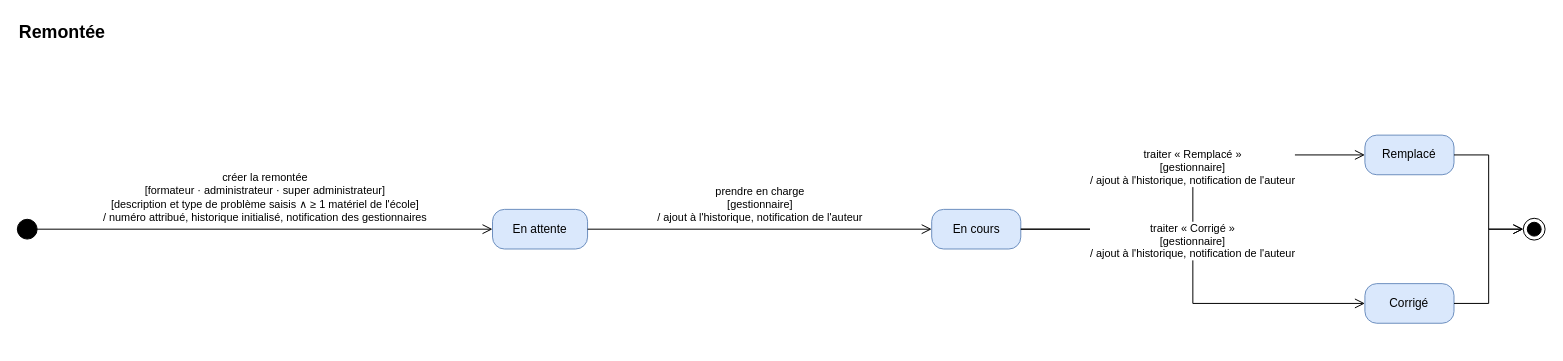
Before: page "Remontée" (1 of 4) of docs/02-ANALYSE/03-ANALYSE/01-DIAGRAMMES-ETATS.drawio in bpierrelouis/aster, a draw.io diagram. Source tidied: cells renumbered, new cells numbered last; positions are measured from the earlier drawing's top-left corner, leaving out a move shared by most shapes. Both pictures are drawn from the tidied source at 99%, with x=0, y=0 at pixel (17, 17).
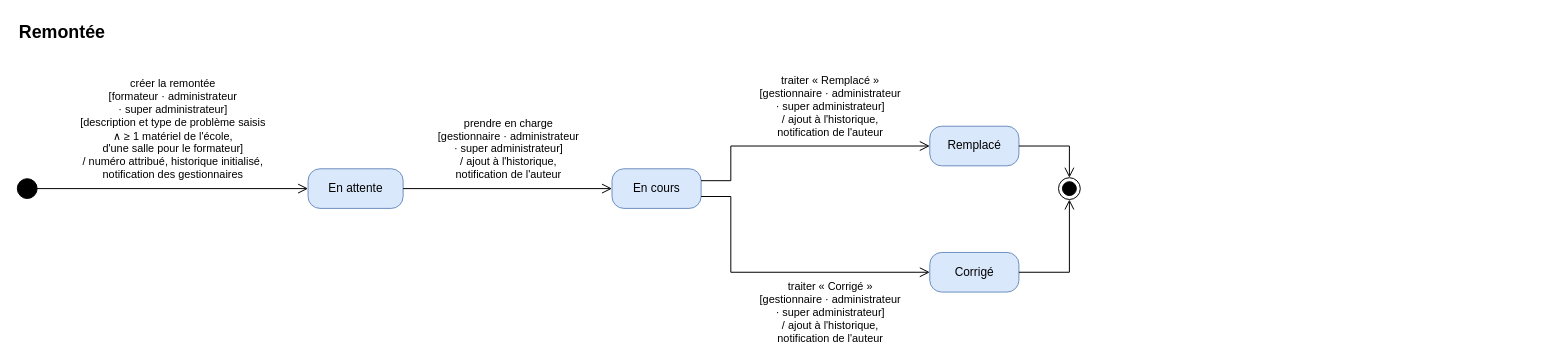
The same diagram, later.

The edit, as a diff of the source:
```diff
@@
     <mxCell id="2" value="Remontée" style="text;html=1;align=left;verticalAlign=middle;strokeColor=none;fillColor=none;fontSize=18;fontStyle=1;" parent="1" vertex="1">
-      <mxGeometry width="500" height="30" as="geometry" />
+      <mxGeometry width="600" height="30" as="geometry" />
     </mxCell>
     <mxCell id="3" style="ellipse;html=1;fillColor=#000000;strokeColor=#000000;fontSize=11;" parent="1" vertex="1">
-      <mxGeometry y="204" width="20" height="20" as="geometry" />
+      <mxGeometry y="163" width="20" height="20" as="geometry" />
     </mxCell>
     <mxCell id="4" value="En attente" style="rounded=1;arcSize=30;whiteSpace=wrap;html=1;fontSize=12;fillColor=#dae8fc;strokeColor=#6c8ebf;" parent="1" vertex="1">
-      <mxGeometry x="480" y="194" width="96" height="40" as="geometry" />
+      <mxGeometry x="293.7" y="153" width="96" height="40" as="geometry" />
     </mxCell>
     <mxCell id="5" value="En cours" style="rounded=1;arcSize=30;whiteSpace=wrap;html=1;fontSize=12;fillColor=#dae8fc;strokeColor=#6c8ebf;" parent="1" vertex="1">
-      <mxGeometry x="923.6" y="194" width="90" height="40" as="geometry" />
+      <mxGeometry x="600.7" y="153" width="90" height="40" as="geometry" />
     </mxCell>
     <mxCell id="6" value="Remplacé" style="rounded=1;arcSize=30;whiteSpace=wrap;html=1;fontSize=12;fillColor=#dae8fc;strokeColor=#6c8ebf;" parent="1" vertex="1">
-      <mxGeometry x="1361.2" y="119" width="90" height="40" as="geometry" />
+      <mxGeometry x="921.7" y="110" width="90" height="40" as="geometry" />
     </mxCell>
     <mxCell id="7" value="Corrigé" style="rounded=1;arcSize=30;whiteSpace=wrap;html=1;fontSize=12;fillColor=#dae8fc;strokeColor=#6c8ebf;" parent="1" vertex="1">
-      <mxGeometry x="1361.2" y="269" width="90" height="40" as="geometry" />
+      <mxGeometry x="921.7" y="237.5" width="90" height="40" as="geometry" />
     </mxCell>
     <mxCell id="8" style="ellipse;html=1;shape=endState;fillColor=#000000;strokeColor=#000000;fontSize=11;" parent="1" vertex="1">
-      <mxGeometry x="1521.2" y="203" width="22" height="22" as="geometry" />
+      <mxGeometry x="1051.7" y="162" width="22" height="22" as="geometry" />
     </mxCell>
-    <mxCell id="9" value="créer la remontée&lt;br&gt;[formateur · administrateur · super administrateur]&lt;br&gt;[description et type de problème saisis ∧ ≥ 1 matériel de l'école]&lt;br&gt;/ numéro attribué, historique initialisé, notification des gestionnaires" style="edgeStyle=orthogonalEdgeStyle;endArrow=open;endSize=8;html=1;rounded=0;fontSize=11;labelBackgroundColor=#ffffff;exitX=1;exitY=0.5;exitDx=0;exitDy=0;entryX=0;entryY=0.5;entryDx=0;entryDy=0;" parent="1" edge="1" source="3" target="4">
+    <mxCell id="9" value="créer la remontée&lt;br&gt;[formateur · administrateur&lt;br&gt;· super administrateur]&lt;br&gt;[description et type de problème saisis&lt;br&gt;∧ ≥ 1 matériel de l'école,&lt;br&gt;d'une salle pour le formateur]&lt;br&gt;/ numéro attribué, historique initialisé,&lt;br&gt;notification des gestionnaires" style="edgeStyle=orthogonalEdgeStyle;endArrow=open;endSize=8;html=1;rounded=0;fontSize=11;labelBackgroundColor=#ffffff;jumpStyle=arc;jumpSize=10;exitX=1;exitY=0.5;exitDx=0;exitDy=0;entryX=0;entryY=0.5;entryDx=0;entryDy=0;" parent="1" edge="1" source="3" target="4">
       <mxGeometry relative="1" as="geometry">
-        <mxPoint y="-32" as="offset" />
+        <mxPoint y="-60" as="offset" />
       </mxGeometry>
     </mxCell>
-    <mxCell id="10" value="prendre en charge&lt;br&gt;[gestionnaire]&lt;br&gt;/ ajout à l'historique, notification de l'auteur" style="edgeStyle=orthogonalEdgeStyle;endArrow=open;endSize=8;html=1;rounded=0;fontSize=11;labelBackgroundColor=#ffffff;exitX=1;exitY=0.5;exitDx=0;exitDy=0;entryX=0;entryY=0.5;entryDx=0;entryDy=0;" parent="1" edge="1" source="4" target="5">
+    <mxCell id="10" value="prendre en charge&lt;br&gt;[gestionnaire · administrateur&lt;br&gt;· super administrateur]&lt;br&gt;/ ajout à l'historique,&lt;br&gt;notification de l'auteur" style="edgeStyle=orthogonalEdgeStyle;endArrow=open;endSize=8;html=1;rounded=0;fontSize=11;labelBackgroundColor=#ffffff;jumpStyle=arc;jumpSize=10;exitX=1;exitY=0.5;exitDx=0;exitDy=0;entryX=0;entryY=0.5;entryDx=0;entryDy=0;" parent="1" edge="1" source="4" target="5">
       <mxGeometry relative="1" as="geometry">
-        <mxPoint y="-25" as="offset" />
+        <mxPoint y="-40.5" as="offset" />
       </mxGeometry>
     </mxCell>
-    <mxCell id="11" value="traiter « Remplacé »&lt;br&gt;[gestionnaire]&lt;br&gt;/ ajout à l'historique, notification de l'auteur" style="edgeStyle=orthogonalEdgeStyle;endArrow=open;endSize=8;html=1;rounded=0;fontSize=11;labelBackgroundColor=#ffffff;exitX=1;exitY=0.5;exitDx=0;exitDy=0;entryX=0;entryY=0.5;entryDx=0;entryDy=0;" parent="1" edge="1" source="5" target="6">
+    <mxCell id="11" value="traiter « Remplacé »&lt;br&gt;[gestionnaire · administrateur&lt;br&gt;· super administrateur]&lt;br&gt;/ ajout à l'historique,&lt;br&gt;notification de l'auteur" style="edgeStyle=orthogonalEdgeStyle;endArrow=open;endSize=8;html=1;rounded=0;fontSize=11;labelBackgroundColor=#ffffff;jumpStyle=arc;jumpSize=10;exitX=1;exitY=0.3;exitDx=0;exitDy=0;entryX=0;entryY=0.5;entryDx=0;entryDy=0;" parent="1" edge="1" source="5" target="6">
       <mxGeometry relative="1" as="geometry">
-        <mxPoint y="-25" as="offset" />
+        <Array as="points">
+          <mxPoint x="720.7" y="165" />
+          <mxPoint x="720.7" y="130" />
+        </Array>
+        <mxPoint x="32.5" y="-40.5" as="offset" />
       </mxGeometry>
     </mxCell>
-    <mxCell id="12" value="traiter « Corrigé »&lt;br&gt;[gestionnaire]&lt;br&gt;/ ajout à l'historique, notification de l'auteur" style="edgeStyle=orthogonalEdgeStyle;endArrow=open;endSize=8;html=1;rounded=0;fontSize=11;labelBackgroundColor=#ffffff;exitX=1;exitY=0.5;exitDx=0;exitDy=0;entryX=0;entryY=0.5;entryDx=0;entryDy=0;" parent="1" edge="1" source="5" target="7">
+    <mxCell id="12" value="traiter « Corrigé »&lt;br&gt;[gestionnaire · administrateur&lt;br&gt;· super administrateur]&lt;br&gt;/ ajout à l'historique,&lt;br&gt;notification de l'auteur" style="edgeStyle=orthogonalEdgeStyle;endArrow=open;endSize=8;html=1;rounded=0;fontSize=11;labelBackgroundColor=#ffffff;jumpStyle=arc;jumpSize=10;exitX=1;exitY=0.7;exitDx=0;exitDy=0;entryX=0;entryY=0.5;entryDx=0;entryDy=0;" parent="1" edge="1" source="5" target="7">
       <mxGeometry relative="1" as="geometry">
-        <mxPoint y="-25" as="offset" />
+        <Array as="points">
+          <mxPoint x="720.7" y="181" />
+          <mxPoint x="720.7" y="257.5" />
+        </Array>
+        <mxPoint x="53.2" y="40.5" as="offset" />
       </mxGeometry>
     </mxCell>
-    <mxCell id="13" style="edgeStyle=orthogonalEdgeStyle;endArrow=open;endSize=8;html=1;rounded=0;fontSize=11;labelBackgroundColor=#ffffff;exitX=1;exitY=0.5;exitDx=0;exitDy=0;entryX=0;entryY=0.5;entryDx=0;entryDy=0;" parent="1" edge="1" source="6" target="8">
-      <mxGeometry relative="1" as="geometry" />
+    <mxCell id="13" style="edgeStyle=orthogonalEdgeStyle;endArrow=open;endSize=8;html=1;rounded=0;fontSize=11;labelBackgroundColor=#ffffff;jumpStyle=arc;jumpSize=10;exitX=1;exitY=0.5;exitDx=0;exitDy=0;entryX=0.5;entryY=0;entryDx=0;entryDy=0;" parent="1" edge="1" source="6" target="8">
+      <mxGeometry relative="1" as="geometry">
+        <Array as="points">
+          <mxPoint x="1062.7" y="130" />
+        </Array>
+      </mxGeometry>
     </mxCell>
-    <mxCell id="14" style="edgeStyle=orthogonalEdgeStyle;endArrow=open;endSize=8;html=1;rounded=0;fontSize=11;labelBackgroundColor=#ffffff;exitX=1;exitY=0.5;exitDx=0;exitDy=0;entryX=0;entryY=0.5;entryDx=0;entryDy=0;" parent="1" edge="1" source="7" target="8">
-      <mxGeometry relative="1" as="geometry" />
+    <mxCell id="14" style="edgeStyle=orthogonalEdgeStyle;endArrow=open;endSize=8;html=1;rounded=0;fontSize=11;labelBackgroundColor=#ffffff;jumpStyle=arc;jumpSize=10;exitX=1;exitY=0.5;exitDx=0;exitDy=0;entryX=0.5;entryY=1;entryDx=0;entryDy=0;" parent="1" edge="1" source="7" target="8">
+      <mxGeometry relative="1" as="geometry">
+        <Array as="points">
+          <mxPoint x="1062.7" y="257.5" />
+        </Array>
+      </mxGeometry>
     </mxCell>
```
